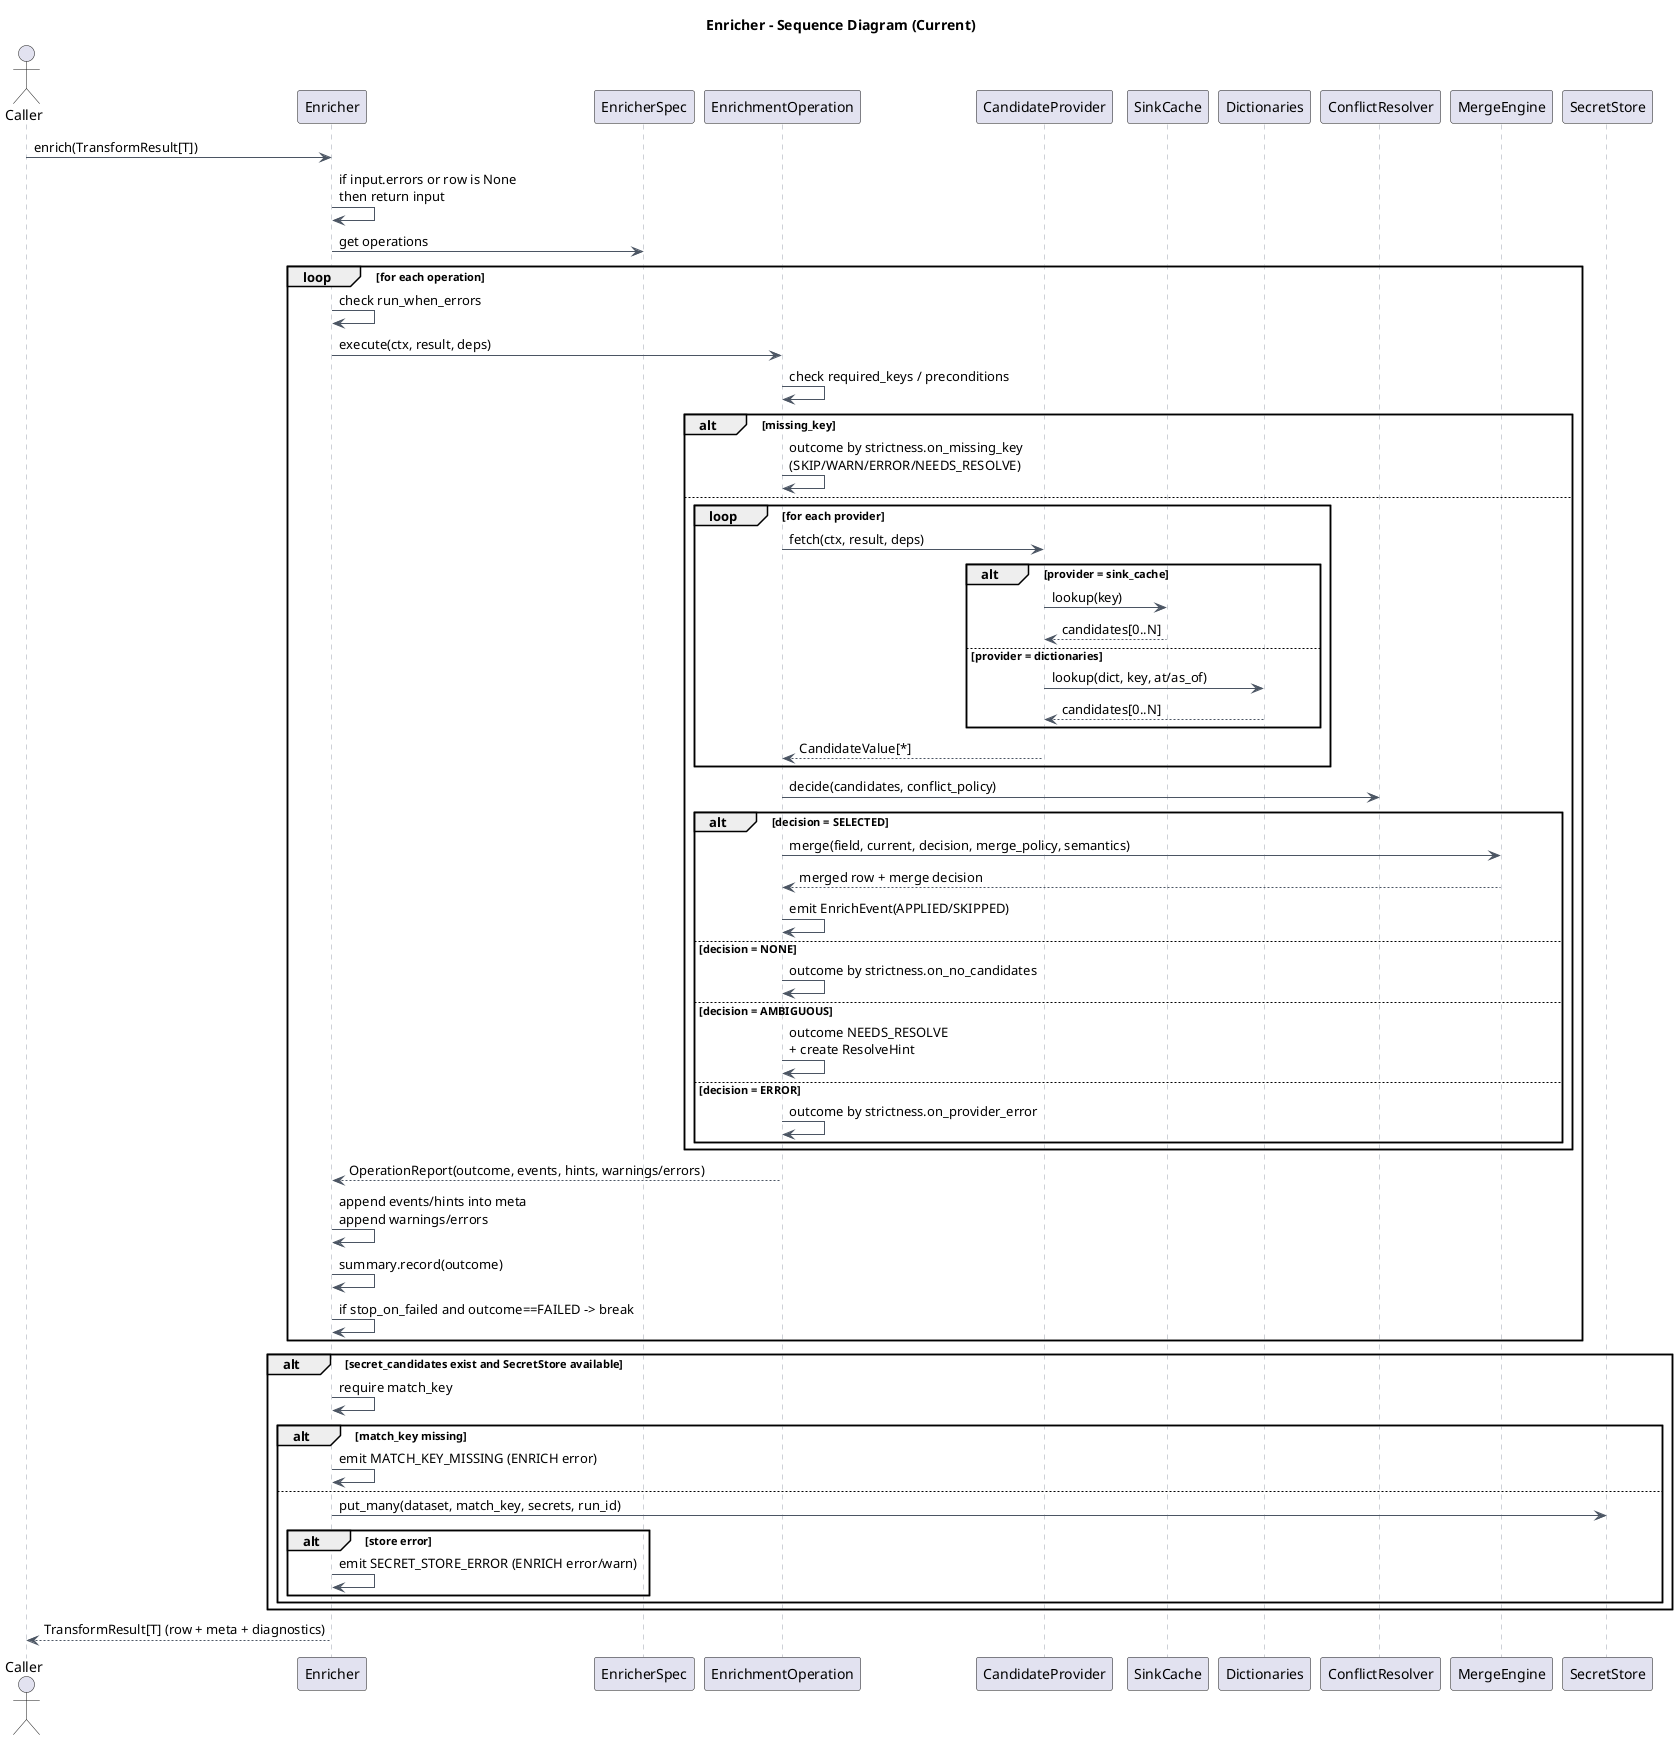
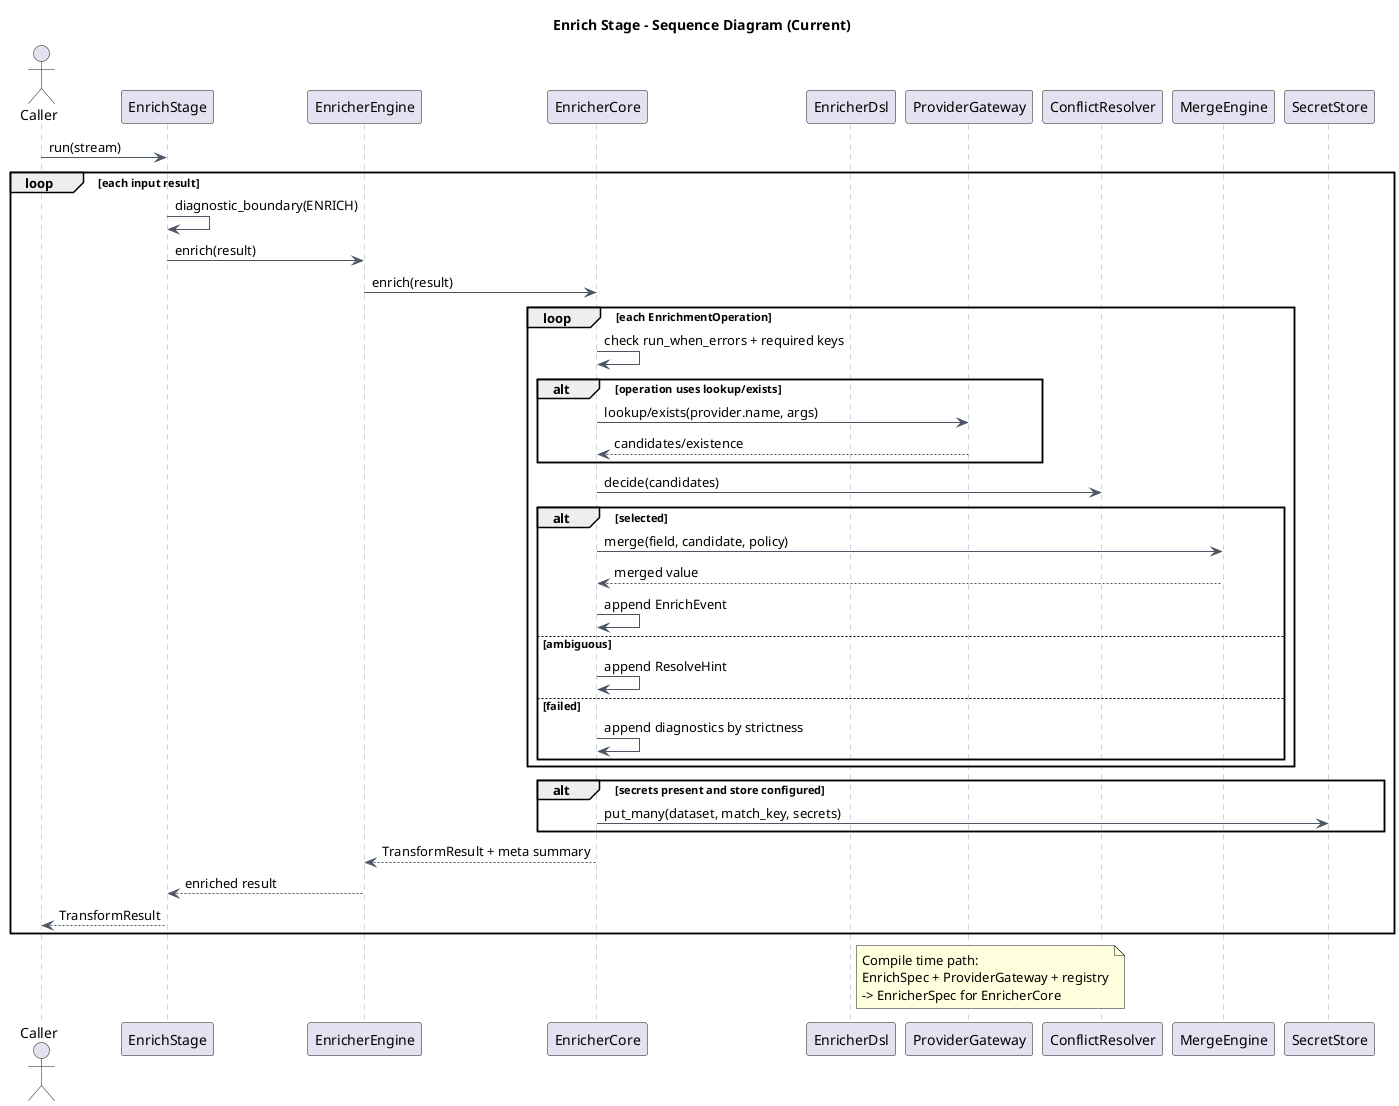
@startuml
- title Enricher - Sequence Diagram (Current)
+ title Enrich Stage - Sequence Diagram (Current)
skinparam backgroundColor white
skinparam linetype ortho
skinparam defaultFontName Arial
skinparam sequence {
  ArrowColor #4b5563
  LifeLineBorderColor #9ca3af
}

actor Caller
- participant Enricher
- participant EnricherSpec
- participant "EnrichmentOperation" as Op
- participant "CandidateProvider" as Provider
- participant SinkCache
- participant Dictionaries
+ participant EnrichStage
+ participant EnricherEngine
+ participant EnricherCore
+ participant EnricherDsl
+ participant ProviderGateway
participant ConflictResolver
participant MergeEngine
participant SecretStore

- Caller -> Enricher: enrich(TransformResult[T])
- Enricher -> Enricher: if input.errors or row is None\nthen return input
+ Caller -> EnrichStage: run(stream)
+ loop each input result
+   EnrichStage -> EnrichStage: diagnostic_boundary(ENRICH)
+   EnrichStage -> EnricherEngine: enrich(result)
+   EnricherEngine -> EnricherCore: enrich(result)

- Enricher -> EnricherSpec: get operations
- loop for each operation
-   Enricher -> Enricher: check run_when_errors
-   Enricher -> Op: execute(ctx, result, deps)
-   Op -> Op: check required_keys / preconditions
- 
-   alt missing_key
-     Op -> Op: outcome by strictness.on_missing_key\n(SKIP/WARN/ERROR/NEEDS_RESOLVE)
-   else
-     loop for each provider
-       Op -> Provider: fetch(ctx, result, deps)
-       alt provider = sink_cache
-         Provider -> SinkCache: lookup(key)
-         SinkCache --> Provider: candidates[0..N]
-       else provider = dictionaries
-         Provider -> Dictionaries: lookup(dict, key, at/as_of)
-         Dictionaries --> Provider: candidates[0..N]
-       end
-       Provider --> Op: CandidateValue[*]
+   loop each EnrichmentOperation
+     EnricherCore -> EnricherCore: check run_when_errors + required keys
+     alt operation uses lookup/exists
+       EnricherCore -> ProviderGateway: lookup/exists(provider.name, args)
+       ProviderGateway --> EnricherCore: candidates/existence
    end
- 
-     Op -> ConflictResolver: decide(candidates, conflict_policy)
- 
-     alt decision = SELECTED
-       Op -> MergeEngine: merge(field, current, decision, merge_policy, semantics)
-       MergeEngine --> Op: merged row + merge decision
-       Op -> Op: emit EnrichEvent(APPLIED/SKIPPED)
-     else decision = NONE
-       Op -> Op: outcome by strictness.on_no_candidates
-     else decision = AMBIGUOUS
-       Op -> Op: outcome NEEDS_RESOLVE\n+ create ResolveHint
-     else decision = ERROR
-       Op -> Op: outcome by strictness.on_provider_error
+     EnricherCore -> ConflictResolver: decide(candidates)
+     alt selected
+       EnricherCore -> MergeEngine: merge(field, candidate, policy)
+       MergeEngine --> EnricherCore: merged value
+       EnricherCore -> EnricherCore: append EnrichEvent
+     else ambiguous
+       EnricherCore -> EnricherCore: append ResolveHint
+     else failed
+       EnricherCore -> EnricherCore: append diagnostics by strictness
    end
  end

-   Op --> Enricher: OperationReport(outcome, events, hints, warnings/errors)
-   Enricher -> Enricher: append events/hints into meta\nappend warnings/errors
-   Enricher -> Enricher: summary.record(outcome)
-   Enricher -> Enricher: if stop_on_failed and outcome==FAILED -> break
+   alt secrets present and store configured
+     EnricherCore -> SecretStore: put_many(dataset, match_key, secrets)
+   end
+ 
+   EnricherCore --> EnricherEngine: TransformResult + meta summary
+   EnricherEngine --> EnrichStage: enriched result
+   EnrichStage --> Caller: TransformResult
end

- alt secret_candidates exist and SecretStore available
-   Enricher -> Enricher: require match_key
-   alt match_key missing
-     Enricher -> Enricher: emit MATCH_KEY_MISSING (ENRICH error)
-   else
-     Enricher -> SecretStore: put_many(dataset, match_key, secrets, run_id)
-     alt store error
-       Enricher -> Enricher: emit SECRET_STORE_ERROR (ENRICH error/warn)
-     end
-   end
- end
+ note right of EnricherDsl
+ Compile time path:
+ EnrichSpec + ProviderGateway + registry
+ -> EnricherSpec for EnricherCore
+ end note

- Enricher --> Caller: TransformResult[T] (row + meta + diagnostics)
@enduml
